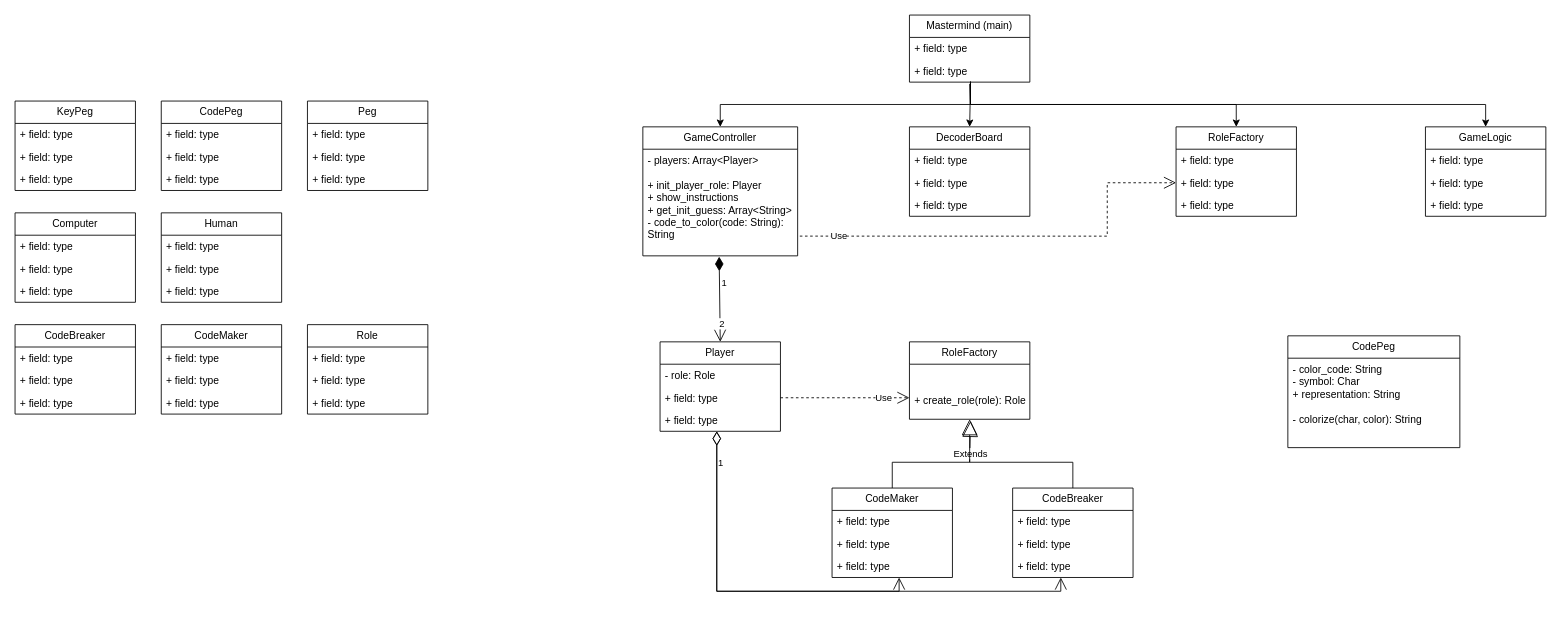
The draw.io diagram mastermind.drawio in ZephyRemix/mastermind-boardgame, before the edit. Source tidied: cells renumbered, new cells numbered last; positions are measured from the earlier drawing's top-left corner, leaving out a move shared by most shapes. Both pictures are drawn from the tidied source at 86%, with x=0, y=0 at pixel (15, 15).
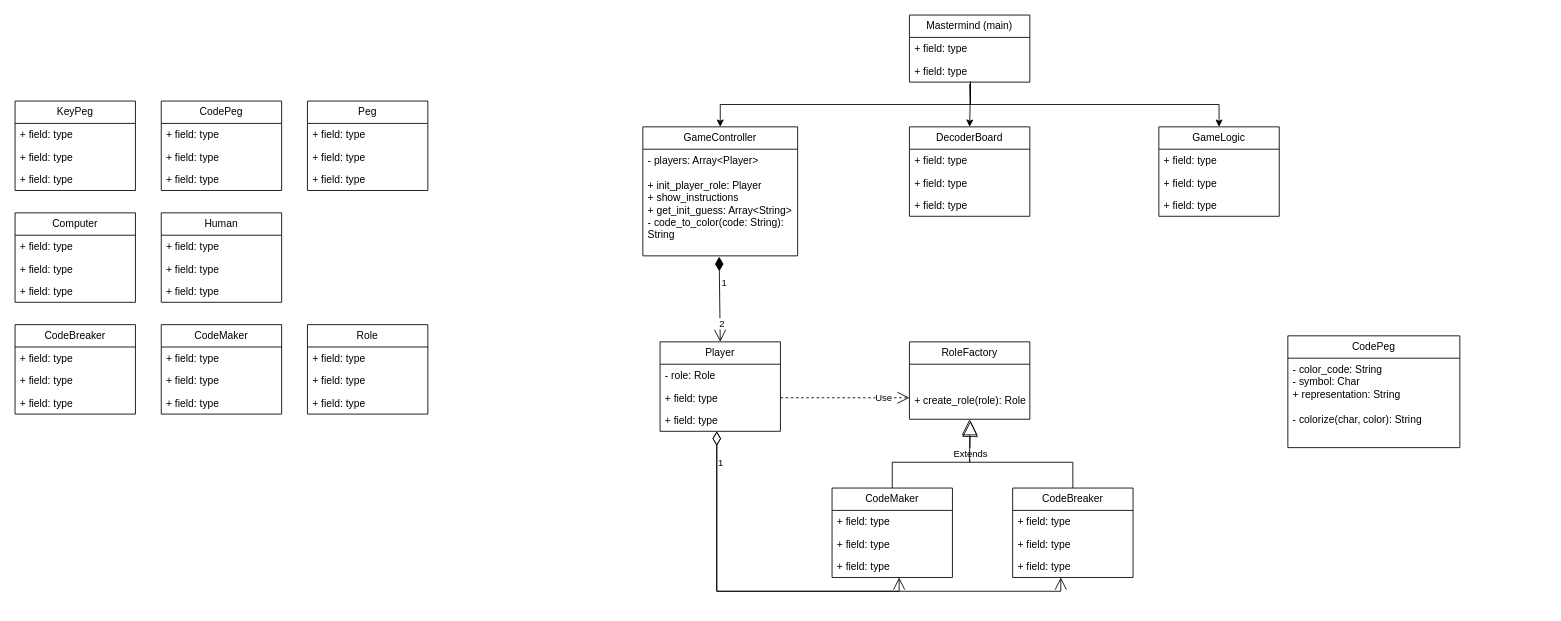
The same page after the edit.

Unchanged cells that the change refers to:
```xml
<mxCell id="15" value="&lt;div&gt;- players: Array&amp;lt;Player&amp;gt;&lt;/div&gt;&lt;div&gt;&lt;br&gt;&lt;/div&gt;&lt;div&gt;+ init_player_role: Player&lt;/div&gt;&lt;div&gt;+ show_instructions&lt;/div&gt;&lt;div&gt;+ get_init_guess: Array&amp;lt;String&amp;gt;&lt;/div&gt;&lt;div&gt;- code_to_color(code: String): String&lt;/div&gt;" style="text;strokeColor=none;fillColor=none;align=left;verticalAlign=top;spacingLeft=4;spacingRight=4;overflow=hidden;points=[[0,0.5],[1,0.5]];portConstraint=eastwest;whiteSpace=wrap;html=1;" parent="14" vertex="1">
  <mxGeometry y="26" width="180" height="124" as="geometry" />
</mxCell>
<mxCell id="31" value="+ field: type" style="text;strokeColor=none;fillColor=none;align=left;verticalAlign=top;spacingLeft=4;spacingRight=4;overflow=hidden;points=[[0,0.5],[1,0.5]];portConstraint=eastwest;whiteSpace=wrap;html=1;" parent="29" vertex="1">
  <mxGeometry y="52" width="140" height="26" as="geometry" />
</mxCell>
```

Diff of the diagram source:
```diff
@@
     <mxCell id="32" value="GameLogic" style="swimlane;fontStyle=0;horizontal=1;startSize=26;fillColor=none;whiteSpace=wrap;html=1;" parent="1" vertex="1">
-      <mxGeometry x="1640" y="130" width="140" height="104" as="geometry" />
+      <mxGeometry x="1330" y="130" width="140" height="104" as="geometry" />
     </mxCell>
@@
-    <mxCell id="54" value="RoleFactory" style="swimlane;fontStyle=0;horizontal=1;startSize=26;fillColor=none;whiteSpace=wrap;html=1;" parent="1" vertex="1">
-      <mxGeometry x="1350" y="130" width="140" height="104" as="geometry" />
-    </mxCell>
-    <mxCell id="55" value="+ field: type" style="text;strokeColor=none;fillColor=none;align=left;verticalAlign=top;spacingLeft=4;spacingRight=4;overflow=hidden;whiteSpace=wrap;html=1;" parent="54" vertex="1">
-      <mxGeometry y="26" width="140" height="26" as="geometry" />
-    </mxCell>
-    <mxCell id="56" value="+ field: type" style="text;strokeColor=none;fillColor=none;align=left;verticalAlign=top;spacingLeft=4;spacingRight=4;overflow=hidden;points=[[0,0.5],[1,0.5]];portConstraint=eastwest;whiteSpace=wrap;html=1;" parent="54" vertex="1">
-      <mxGeometry y="52" width="140" height="26" as="geometry" />
-    </mxCell>
-    <mxCell id="57" value="+ field: type" style="text;strokeColor=none;fillColor=none;align=left;verticalAlign=top;spacingLeft=4;spacingRight=4;overflow=hidden;whiteSpace=wrap;html=1;" parent="54" vertex="1">
-      <mxGeometry y="78" width="140" height="26" as="geometry" />
-    </mxCell>
-    <mxCell id="58" style="edgeStyle=orthogonalEdgeStyle;rounded=0;jettySize=auto;html=1;entryX=0.5;entryY=0;entryDx=0;entryDy=0;exitX=0.507;exitY=1.038;exitDx=0;exitDy=0;exitPerimeter=0;" parent="1" edge="1" source="31" target="54">
-      <mxGeometry relative="1" as="geometry" />
-    </mxCell>
-    <mxCell id="59" value="Use" style="endArrow=open;endSize=12;dashed=1;html=1;rounded=0;exitX=1.014;exitY=0.815;exitDx=0;exitDy=0;exitPerimeter=0;edgeStyle=orthogonalEdgeStyle;entryX=0;entryY=0.5;entryDx=0;entryDy=0;" parent="1" edge="1" source="15" target="56">
-      <mxGeometry x="-0.82" relative="1" as="geometry">
-        <Array as="points">
-          <mxPoint x="1270" y="257" />
-          <mxPoint x="1270" y="195" />
-        </Array>
-      </mxGeometry>
-    </mxCell>
```
